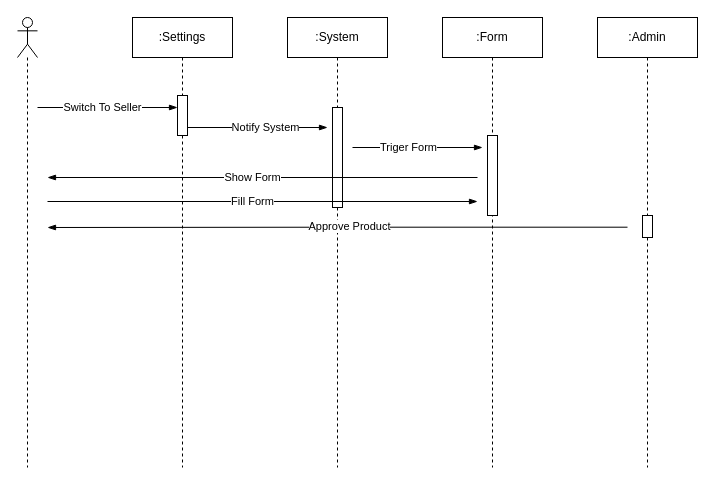
Earlier version of the draw.io diagram uml/listProductSequenceDiagrame.drawio (zinoubm/Marketly). Source tidied: cells renumbered, new cells numbered last; positions are measured from the earlier drawing's top-left corner, leaving out a move shared by most shapes. Both pictures are drawn from the tidied source at 100%, with x=0, y=0 at pixel (17, 17).
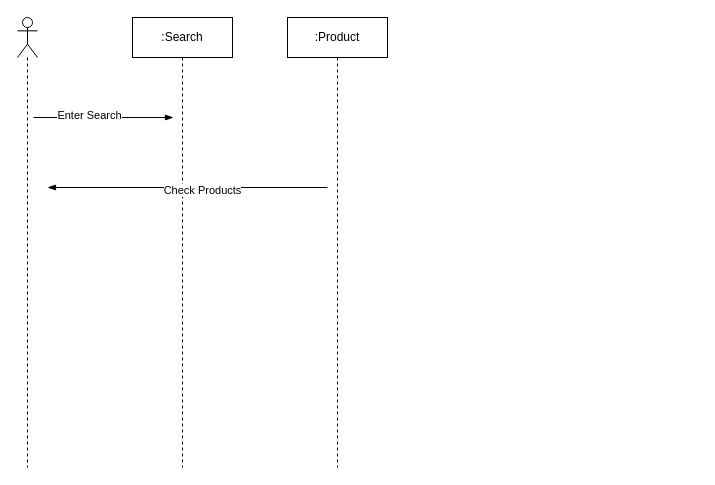
After the change.

Diff of the diagram source:
```diff
@@
-    <mxCell id="3" value=":Settings" style="shape=umlLifeline;perimeter=lifelinePerimeter;whiteSpace=wrap;html=1;" parent="1" vertex="1">
+    <mxCell id="3" value=":Search" style="shape=umlLifeline;perimeter=lifelinePerimeter;whiteSpace=wrap;html=1;" parent="1" vertex="1">
       <mxGeometry x="115" width="100" height="450" as="geometry" />
     </mxCell>
-    <mxCell id="4" style="html=1;perimeter=orthogonalPerimeter;" parent="3" vertex="1">
-      <mxGeometry x="45" y="78" width="10" height="40" as="geometry" />
-    </mxCell>
-    <mxCell id="5" value=":System" style="shape=umlLifeline;perimeter=lifelinePerimeter;whiteSpace=wrap;html=1;" parent="1" vertex="1">
+    <mxCell id="5" value=":Product" style="shape=umlLifeline;perimeter=lifelinePerimeter;whiteSpace=wrap;html=1;" parent="1" vertex="1">
       <mxGeometry x="270" width="100" height="450" as="geometry" />
     </mxCell>
-    <mxCell id="6" style="html=1;perimeter=orthogonalPerimeter;" parent="5" vertex="1">
-      <mxGeometry x="45" y="90" width="10" height="100" as="geometry" />
-    </mxCell>
-    <mxCell id="7" value=":Form" style="shape=umlLifeline;perimeter=lifelinePerimeter;whiteSpace=wrap;html=1;" parent="1" vertex="1">
-      <mxGeometry x="425" width="100" height="450" as="geometry" />
-    </mxCell>
-    <mxCell id="8" style="edgeStyle=elbowEdgeStyle;fontSize=12;html=1;endArrow=blockThin;endFill=1;" parent="7" edge="1">
-      <mxGeometry relative="1" as="geometry">
-        <mxPoint x="-90" y="130" as="sourcePoint" />
-        <mxPoint x="40" y="130" as="targetPoint" />
-      </mxGeometry>
-    </mxCell>
-    <mxCell id="9" value="Triger Form" style="edgeLabel;html=1;align=center;verticalAlign=middle;" parent="8" vertex="1">
-      <mxGeometry x="-0.15" y="1" relative="1" as="geometry" />
-    </mxCell>
-    <mxCell id="10" style="html=1;perimeter=orthogonalPerimeter;" parent="7" vertex="1">
-      <mxGeometry x="45" y="118" width="10" height="80" as="geometry" />
-    </mxCell>
-    <mxCell id="11" value=":Admin" style="shape=umlLifeline;perimeter=lifelinePerimeter;whiteSpace=wrap;html=1;" parent="1" vertex="1">
-      <mxGeometry x="580" width="100" height="450" as="geometry" />
-    </mxCell>
-    <mxCell id="12" style="edgeStyle=elbowEdgeStyle;fontSize=12;html=1;endArrow=blockThin;endFill=1;" parent="11" edge="1">
-      <mxGeometry relative="1" as="geometry">
-        <mxPoint x="30" y="209.7" as="sourcePoint" />
-        <mxPoint x="-550" y="210" as="targetPoint" />
-      </mxGeometry>
-    </mxCell>
-    <mxCell id="13" value="Approve Product" style="edgeLabel;html=1;align=center;verticalAlign=middle;" parent="12" vertex="1">
-      <mxGeometry x="-0.04" y="-1" relative="1" as="geometry" />
-    </mxCell>
-    <mxCell id="14" style="html=1;perimeter=orthogonalPerimeter;" parent="11" vertex="1">
-      <mxGeometry x="45" y="198" width="10" height="22" as="geometry" />
+    <mxCell id="14" style="edgeStyle=elbowEdgeStyle;fontSize=12;html=1;endArrow=blockThin;endFill=1;" parent="1" edge="1">
+      <mxGeometry relative="1" as="geometry">
+        <mxPoint x="16" y="100" as="sourcePoint" />
+        <mxPoint x="156" y="100" as="targetPoint" />
+      </mxGeometry>
     </mxCell>
-    <mxCell id="15" style="edgeStyle=elbowEdgeStyle;fontSize=12;html=1;endArrow=blockThin;endFill=1;" parent="1" edge="1">
-      <mxGeometry relative="1" as="geometry">
-        <mxPoint x="20" y="90" as="sourcePoint" />
-        <mxPoint x="160" y="90" as="targetPoint" />
-      </mxGeometry>
-    </mxCell>
-    <mxCell id="16" value="Switch To Seller" style="edgeLabel;html=1;align=center;verticalAlign=middle;" parent="15" vertex="1">
-      <mxGeometry x="-0.09" y="1" relative="1" as="geometry" />
-    </mxCell>
-    <mxCell id="17" style="edgeStyle=elbowEdgeStyle;fontSize=12;html=1;endArrow=blockThin;endFill=1;" parent="1" edge="1">
-      <mxGeometry relative="1" as="geometry">
-        <mxPoint x="170" y="110" as="sourcePoint" />
-        <mxPoint x="310" y="110" as="targetPoint" />
-      </mxGeometry>
-    </mxCell>
-    <mxCell id="18" value="Notify System" style="edgeLabel;html=1;align=center;verticalAlign=middle;" parent="17" vertex="1">
-      <mxGeometry x="0.1" y="1" relative="1" as="geometry" />
-    </mxCell>
-    <mxCell id="19" style="edgeStyle=elbowEdgeStyle;fontSize=12;html=1;endArrow=blockThin;endFill=1;" parent="1" edge="1">
-      <mxGeometry relative="1" as="geometry">
-        <mxPoint x="460" y="160" as="sourcePoint" />
-        <mxPoint x="30" y="160" as="targetPoint" />
-      </mxGeometry>
-    </mxCell>
-    <mxCell id="20" value="Show Form" style="edgeLabel;html=1;align=center;verticalAlign=middle;" parent="19" vertex="1">
-      <mxGeometry x="0.05" y="-1" relative="1" as="geometry" />
-    </mxCell>
-    <mxCell id="21" style="edgeStyle=elbowEdgeStyle;fontSize=12;html=1;endArrow=blockThin;endFill=1;" parent="1" edge="1">
-      <mxGeometry relative="1" as="geometry">
-        <mxPoint x="30" y="184" as="sourcePoint" />
-        <mxPoint x="460" y="184" as="targetPoint" />
-      </mxGeometry>
-    </mxCell>
-    <mxCell id="22" value="Fill Form" style="edgeLabel;html=1;align=center;verticalAlign=middle;" parent="21" vertex="1">
-      <mxGeometry x="-0.05" y="1" relative="1" as="geometry" />
-    </mxCell>
+    <mxCell id="23" value="Enter Search" style="edgeLabel;html=1;align=center;verticalAlign=middle;" parent="14" vertex="1">
+      <mxGeometry x="-0.21" y="3" relative="1" as="geometry" />
+    </mxCell>
+    <mxCell id="24" style="edgeStyle=elbowEdgeStyle;fontSize=12;html=1;endArrow=blockThin;endFill=1;" parent="1" edge="1">
+      <mxGeometry relative="1" as="geometry">
+        <mxPoint x="310" y="170" as="sourcePoint" />
+        <mxPoint x="30" y="170" as="targetPoint" />
+      </mxGeometry>
+    </mxCell>
+    <mxCell id="25" value="Check Products" style="edgeLabel;html=1;align=center;verticalAlign=middle;" parent="24" vertex="1">
+      <mxGeometry x="-0.1" y="2" relative="1" as="geometry" />
+    </mxCell>
```
